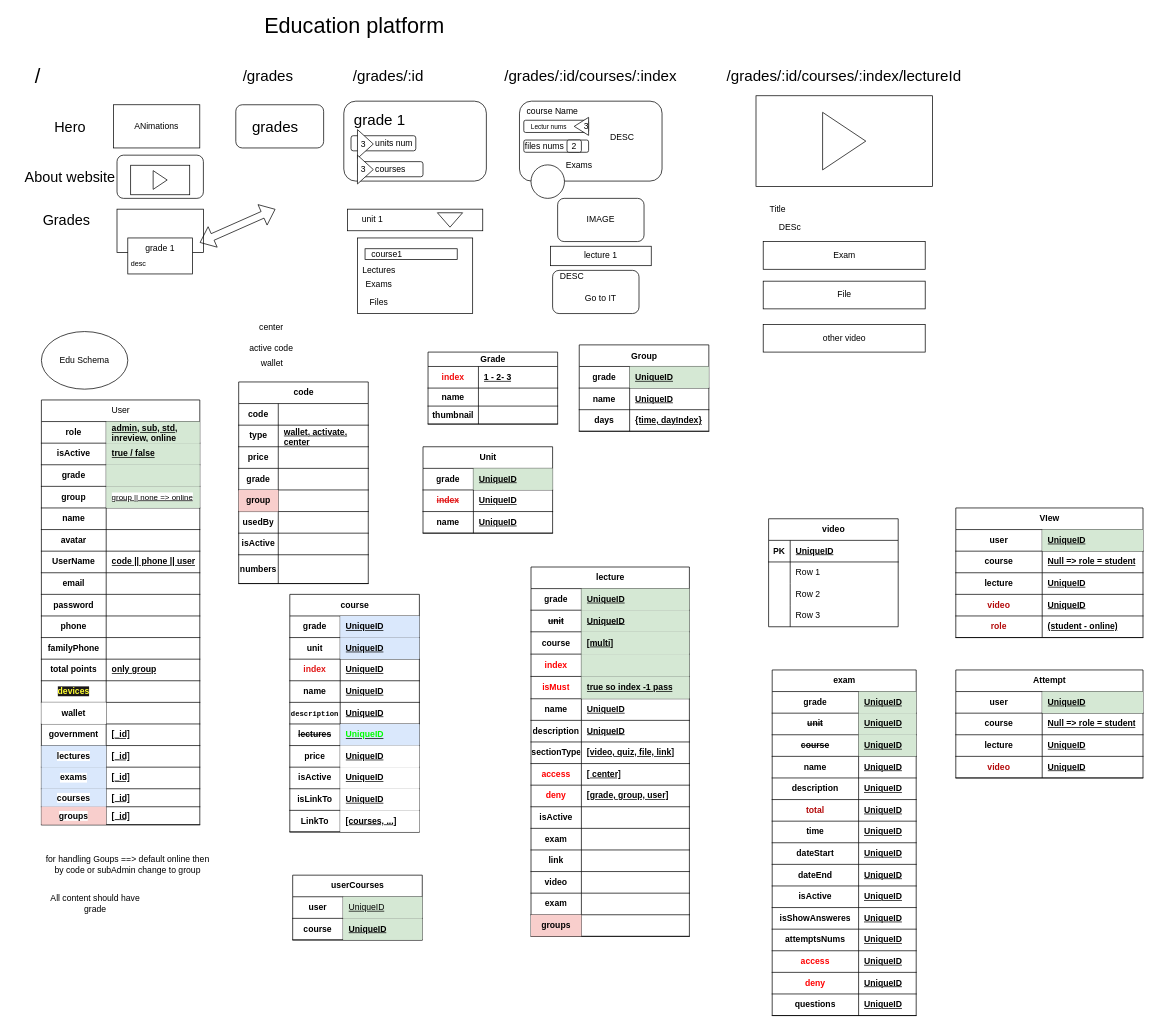
This is public/Untitled Diagram.drawio from elbeltagyy/elbeltagy-front, a draw.io file, before an edit. Source tidied: cells renumbered, new cells numbered last; positions are measured from the earlier drawing's top-left corner, leaving out a move shared by most shapes. Both pictures are drawn from the tidied source at 72%, with x=0, y=0 at pixel (12, 14).
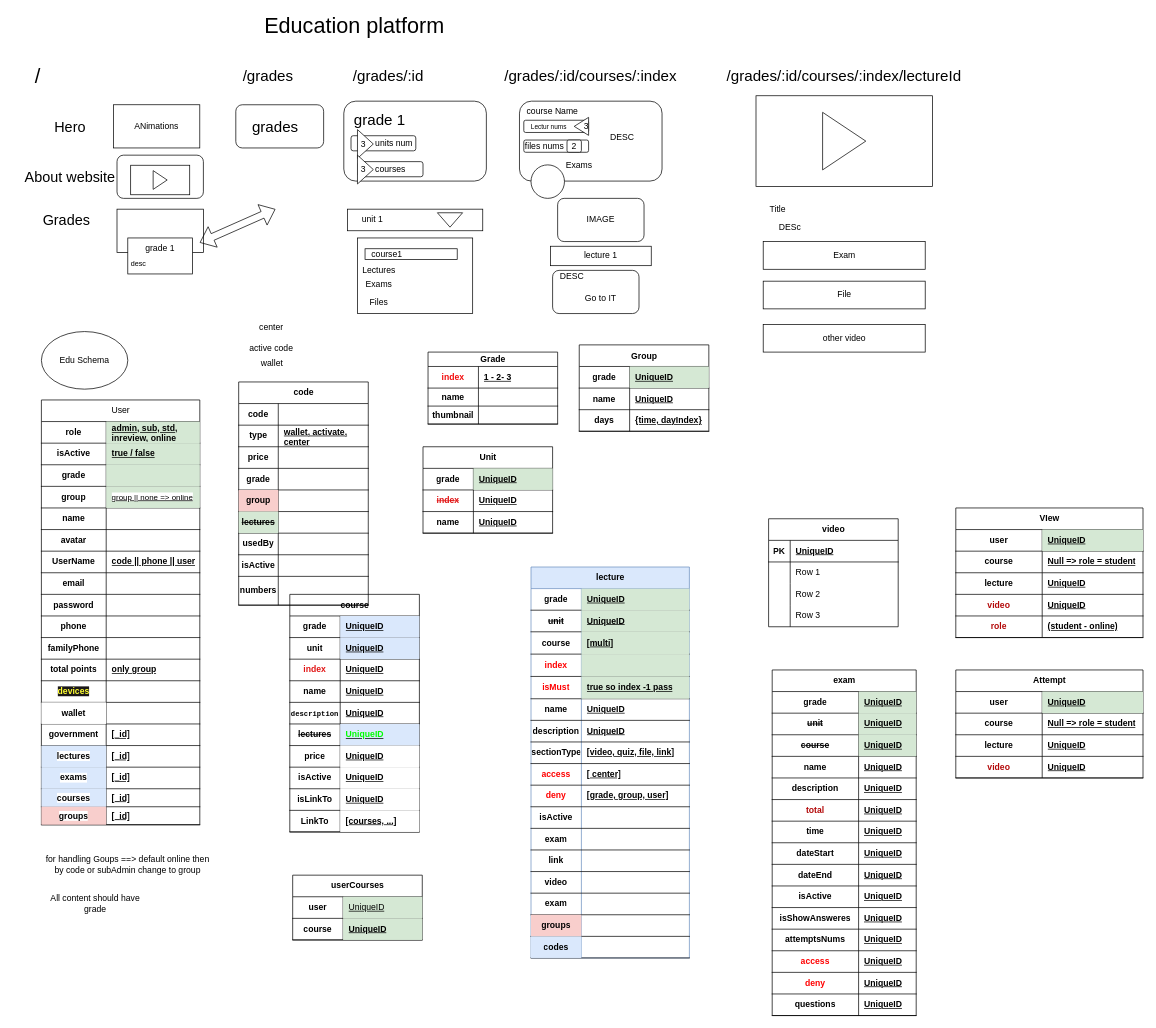
After the change.

Change to the diagram source:
```diff
@@
-    <mxCell id="108" value="lecture" style="shape=table;startSize=30;childLayout=tableLayout;rowLines=0;fontStyle=1;align=center;html=1;" parent="1" vertex="1">
-      <mxGeometry x="720" y="767" width="220" height="513" as="geometry" />
+    <mxCell id="108" value="lecture" style="shape=table;startSize=30;childLayout=tableLayout;rowLines=0;fontStyle=1;align=center;html=1;fillColor=#dae8fc;strokeColor=#6c8ebf;" parent="1" vertex="1">
+      <mxGeometry x="720" y="767" width="220" height="543" as="geometry" />
     </mxCell>
@@
+    <mxCell id="360" style="shape=tableRow;horizontal=0;startSize=0;swimlaneHead=0;swimlaneBody=0;fillColor=none;top=0;left=0;right=0;bottom=1;" parent="108" vertex="1">
+      <mxGeometry y="513" width="220" height="30" as="geometry" />
+    </mxCell>
+    <mxCell id="361" value="codes" style="shape=partialRectangle;fillColor=#dae8fc;top=0;left=0;bottom=0;right=0;fontStyle=1;overflow=hidden;whiteSpace=wrap;html=1;strokeColor=#6c8ebf;" parent="360" vertex="1">
+      <mxGeometry width="70" height="30" as="geometry" />
+    </mxCell>
+    <mxCell id="362" style="shape=partialRectangle;fillColor=none;top=0;left=0;bottom=0;right=0;align=left;spacingLeft=6;fontStyle=5;overflow=hidden;whiteSpace=wrap;html=1;" parent="360" vertex="1">
+      <mxGeometry x="70" width="150" height="30" as="geometry" />
+    </mxCell>
@@
     <mxCell id="223" value="code" style="shape=table;startSize=30;childLayout=tableLayout;rowLines=0;fontStyle=1;align=center;html=1;" parent="1" vertex="1">
-      <mxGeometry x="314" y="510" width="180" height="280" as="geometry" />
+      <mxGeometry x="314" y="510" width="180" height="310" as="geometry" />
     </mxCell>
@@
+    <mxCell id="363" style="shape=tableRow;horizontal=0;startSize=0;swimlaneHead=0;swimlaneBody=0;fillColor=none;top=0;left=0;right=0;bottom=1;" parent="223" vertex="1">
+      <mxGeometry y="180" width="180" height="30" as="geometry" />
+    </mxCell>
+    <mxCell id="364" value="&lt;strike&gt;lectures&lt;/strike&gt;" style="shape=partialRectangle;fillColor=#d5e8d4;top=0;left=0;bottom=0;right=0;fontStyle=1;overflow=hidden;whiteSpace=wrap;html=1;strokeColor=#82b366;" parent="363" vertex="1">
+      <mxGeometry width="55" height="30" as="geometry" />
+    </mxCell>
+    <mxCell id="365" style="shape=partialRectangle;fillColor=none;top=0;left=0;bottom=0;right=0;align=left;spacingLeft=6;fontStyle=5;overflow=hidden;whiteSpace=wrap;html=1;" parent="363" vertex="1">
+      <mxGeometry x="55" width="125" height="30" as="geometry" />
+    </mxCell>
     <mxCell id="239" style="shape=tableRow;horizontal=0;startSize=0;swimlaneHead=0;swimlaneBody=0;fillColor=none;top=0;left=0;right=0;bottom=1;" parent="223" vertex="1">
-      <mxGeometry y="180" width="180" height="30" as="geometry" />
+      <mxGeometry y="210" width="180" height="30" as="geometry" />
     </mxCell>
@@
     <mxCell id="242" style="shape=tableRow;horizontal=0;startSize=0;swimlaneHead=0;swimlaneBody=0;fillColor=none;top=0;left=0;right=0;bottom=1;" parent="223" vertex="1">
-      <mxGeometry y="210" width="180" height="30" as="geometry" />
+      <mxGeometry y="240" width="180" height="30" as="geometry" />
     </mxCell>
@@
     <mxCell id="245" style="shape=tableRow;horizontal=0;startSize=0;swimlaneHead=0;swimlaneBody=0;fillColor=none;top=0;left=0;right=0;bottom=1;" parent="223" vertex="1">
-      <mxGeometry y="240" width="180" height="40" as="geometry" />
+      <mxGeometry y="270" width="180" height="40" as="geometry" />
     </mxCell>
```
